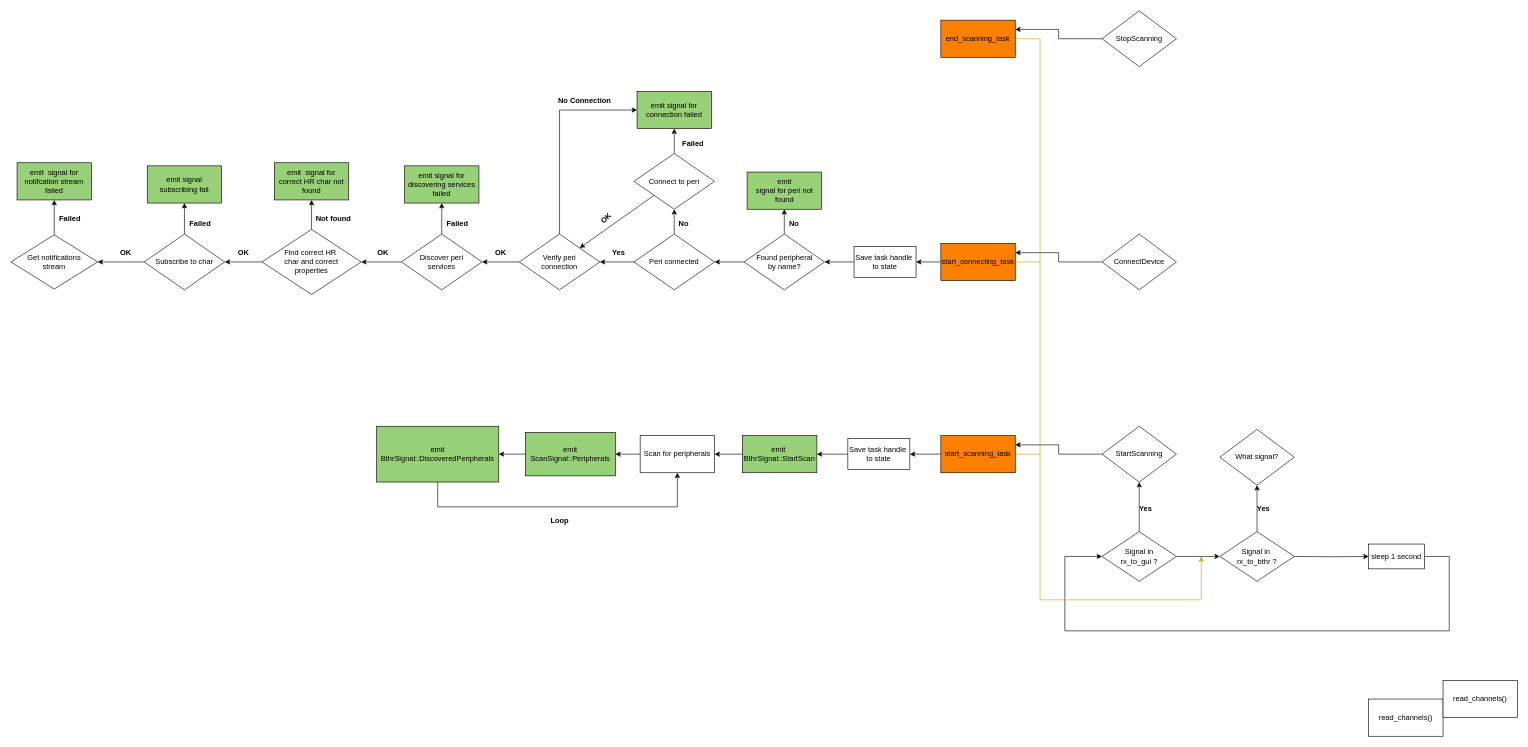
Before: bthr.drawio in rayer456/bthr, a draw.io diagram. Source tidied: cells renumbered, new cells numbered last; positions are measured from the earlier drawing's top-left corner, leaving out a move shared by most shapes. Both pictures are drawn from the tidied source at 62%, with x=0, y=0 at pixel (11, 11).
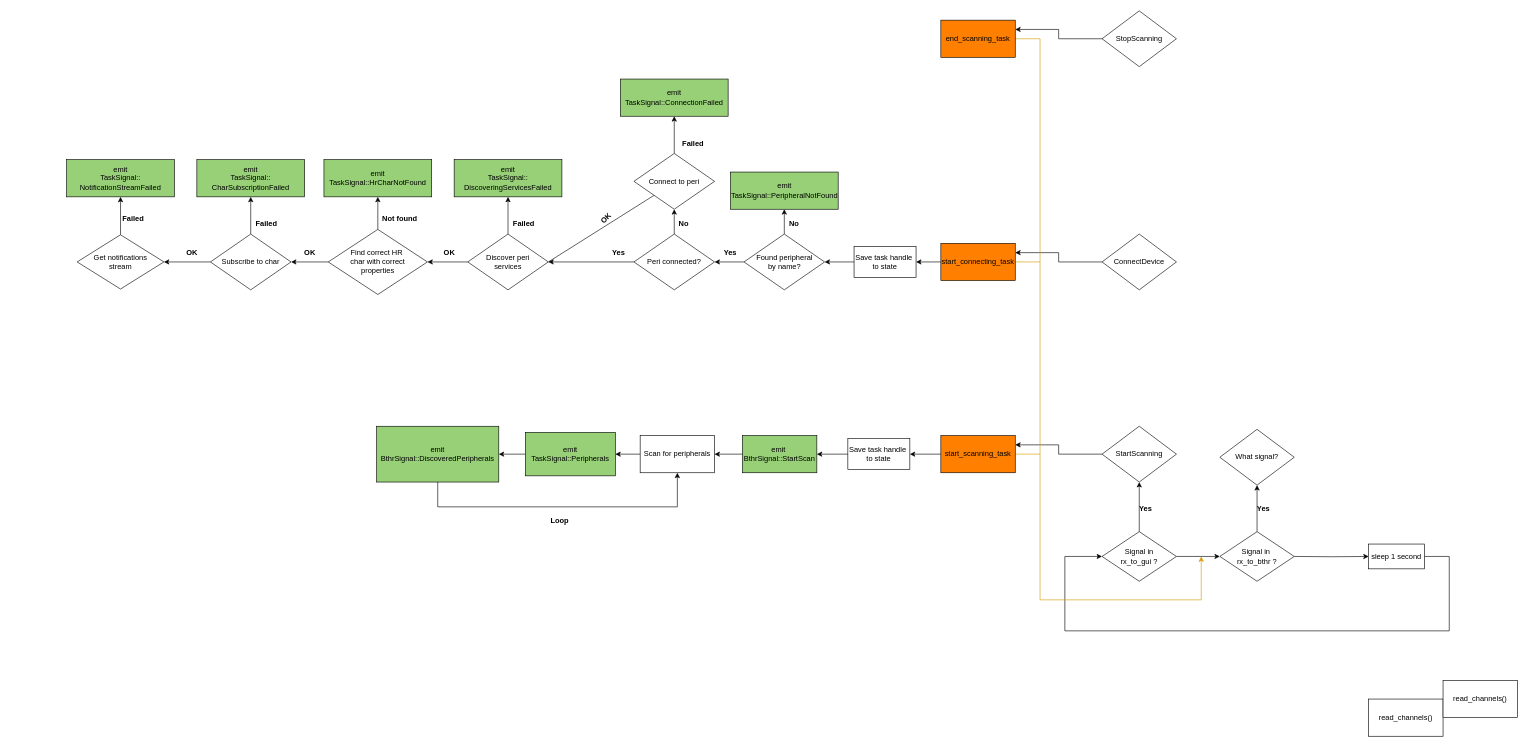
The same page after the edit.

Commit message (it also covers changes not shown here):
connecting task now emits enum TaskSignal as well

The change refers to these unchanged cells:
```xml
<mxCell id="61" value="Connect to peri" style="rhombus;whiteSpace=wrap;html=1;" parent="1" vertex="1">
  <mxGeometry x="1005" y="230" width="130" height="90" as="geometry" />
</mxCell>
```

The edit, as a diff of the source:
```diff
@@
-    <mxCell id="34" value="emit&lt;div&gt;ScanSignal::Peripherals&lt;/div&gt;" style="rounded=0;whiteSpace=wrap;html=1;fillColor=#97D077;" parent="1" vertex="1">
+    <mxCell id="34" value="emit&lt;div&gt;TaskSignal::Peripherals&lt;/div&gt;" style="rounded=0;whiteSpace=wrap;html=1;fillColor=#97D077;" parent="1" vertex="1">
       <mxGeometry x="830" y="680" width="145" height="70" as="geometry" />
     </mxCell>
@@
-    <mxCell id="43" value="emit&lt;div&gt;signal for peri not found&lt;/div&gt;" style="rounded=0;whiteSpace=wrap;html=1;fillColor=#97D077;" parent="1" vertex="1">
-      <mxGeometry x="1187.5" y="260" width="120" height="60" as="geometry" />
+    <mxCell id="43" value="emit&lt;div&gt;TaskSignal::PeripheralNotFound&lt;/div&gt;" style="rounded=0;whiteSpace=wrap;html=1;fillColor=#97D077;" parent="1" vertex="1">
+      <mxGeometry x="1160.6" y="260" width="173.8" height="60" as="geometry" />
     </mxCell>
@@
-    <mxCell id="46" style="edgeStyle=orthogonalEdgeStyle;rounded=0;jettySize=auto;html=1;" parent="1" edge="1" source="47" target="68">
+    <mxCell id="46" style="edgeStyle=orthogonalEdgeStyle;rounded=0;jettySize=auto;html=1;entryX=1;entryY=0.5;entryDx=0;entryDy=0;" parent="1" edge="1" source="47" target="51">
       <mxGeometry relative="1" as="geometry" />
     </mxCell>
-    <mxCell id="47" value="Peri connected" style="rhombus;whiteSpace=wrap;html=1;" parent="1" vertex="1">
+    <mxCell id="47" value="Peri connected?" style="rhombus;whiteSpace=wrap;html=1;" parent="1" vertex="1">
       <mxGeometry x="1005" y="360" width="130" height="90" as="geometry" />
     </mxCell>
@@
-    <mxCell id="49" style="edgeStyle=orthogonalEdgeStyle;rounded=0;jettySize=auto;html=1;" parent="1" edge="1" source="51" target="52">
+    <mxCell id="49" style="edgeStyle=orthogonalEdgeStyle;rounded=0;jettySize=auto;html=1;entryX=0.5;entryY=1;entryDx=0;entryDy=0;" parent="1" edge="1" source="51" target="85">
       <mxGeometry relative="1" as="geometry" />
     </mxCell>
@@
     <mxCell id="51" value="Discover peri&lt;div&gt;services&lt;/div&gt;" style="rhombus;whiteSpace=wrap;html=1;" parent="1" vertex="1">
-      <mxGeometry x="630" y="360" width="130" height="90" as="geometry" />
+      <mxGeometry x="736.9" y="360" width="130" height="90" as="geometry" />
     </mxCell>
-    <mxCell id="52" value="emit signal for discovering services failed" style="rounded=0;whiteSpace=wrap;html=1;fillColor=#97D077;" parent="1" vertex="1">
-      <mxGeometry x="635" y="250" width="120" height="60" as="geometry" />
-    </mxCell>
     <mxCell id="53" value="&lt;b&gt;Failed&lt;/b&gt;" style="text;html=1;align=center;verticalAlign=middle;strokeColor=none;fillColor=none;" parent="1" vertex="1">
-      <mxGeometry x="690" y="328" width="60" height="30" as="geometry" />
+      <mxGeometry x="796.9" y="328" width="60" height="30" as="geometry" />
     </mxCell>
-    <mxCell id="54" style="edgeStyle=orthogonalEdgeStyle;rounded=0;jettySize=auto;html=1;" parent="1" edge="1" source="56" target="57">
+    <mxCell id="54" style="edgeStyle=orthogonalEdgeStyle;rounded=0;jettySize=auto;html=1;entryX=0.5;entryY=1;entryDx=0;entryDy=0;" parent="1" edge="1" source="56" target="88">
       <mxGeometry relative="1" as="geometry" />
     </mxCell>
@@
-    <mxCell id="56" value="Find correct HR&amp;nbsp;&lt;div&gt;char&amp;nbsp;&lt;span style=&quot;background-color: initial;&quot;&gt;and correct&lt;/span&gt;&lt;div&gt;properties&lt;/div&gt;&lt;/div&gt;" style="rhombus;whiteSpace=wrap;html=1;" parent="1" vertex="1">
-      <mxGeometry x="405" y="352.5" width="160" height="105" as="geometry" />
+    <mxCell id="56" value="Find correct HR&amp;nbsp;&lt;div&gt;char&amp;nbsp;&lt;span style=&quot;background-color: initial;&quot;&gt;with correct&lt;/span&gt;&lt;div&gt;properties&lt;/div&gt;&lt;/div&gt;" style="rhombus;whiteSpace=wrap;html=1;" parent="1" vertex="1">
+      <mxGeometry x="511.9" y="352.5" width="160" height="105" as="geometry" />
     </mxCell>
-    <mxCell id="57" value="emit&amp;nbsp; signal for correct HR char not found" style="rounded=0;whiteSpace=wrap;html=1;fillColor=#97D077;" parent="1" vertex="1">
-      <mxGeometry x="425" y="245" width="120" height="60" as="geometry" />
-    </mxCell>
     <mxCell id="58" value="&lt;b&gt;Not found&lt;/b&gt;" style="text;html=1;align=center;verticalAlign=middle;strokeColor=none;fillColor=none;" parent="1" vertex="1">
-      <mxGeometry x="480" y="320" width="80" height="30" as="geometry" />
+      <mxGeometry x="586.9" y="320" width="80" height="30" as="geometry" />
     </mxCell>
-    <mxCell id="59" style="edgeStyle=orthogonalEdgeStyle;rounded=0;jettySize=auto;html=1;" parent="1" edge="1" source="61" target="64">
+    <mxCell id="59" style="edgeStyle=orthogonalEdgeStyle;rounded=0;jettySize=auto;html=1;entryX=0.5;entryY=1;entryDx=0;entryDy=0;" parent="1" edge="1" source="61" target="87">
       <mxGeometry relative="1" as="geometry" />
     </mxCell>
-    <mxCell id="60" style="rounded=0;jettySize=auto;html=1;exitX=0;exitY=1;exitDx=0;exitDy=0;entryX=1;entryY=0;entryDx=0;entryDy=0;" parent="1" edge="1" source="61" target="68">
+    <mxCell id="60" style="rounded=0;jettySize=auto;html=1;exitX=0;exitY=1;exitDx=0;exitDy=0;endArrow=none;endFill=0;entryX=1;entryY=0.5;entryDx=0;entryDy=0;" parent="1" edge="1" source="61" target="51">
       <mxGeometry relative="1" as="geometry" />
     </mxCell>
@@
-    <mxCell id="64" value="emit signal for connection failed" style="rounded=0;whiteSpace=wrap;html=1;fillColor=#97D077;" parent="1" vertex="1">
-      <mxGeometry x="1010" y="130" width="120" height="60" as="geometry" />
-    </mxCell>
@@
-    <mxCell id="66" style="edgeStyle=orthogonalEdgeStyle;rounded=0;jettySize=auto;html=1;exitX=0.5;exitY=0;exitDx=0;exitDy=0;entryX=0;entryY=0.5;entryDx=0;entryDy=0;" parent="1" edge="1" source="68" target="64">
-      <mxGeometry relative="1" as="geometry" />
-    </mxCell>
-    <mxCell id="67" style="edgeStyle=orthogonalEdgeStyle;rounded=0;jettySize=auto;html=1;" parent="1" edge="1" source="68" target="51">
-      <mxGeometry relative="1" as="geometry" />
-    </mxCell>
-    <mxCell id="68" value="Verify peri&lt;div&gt;connection&lt;/div&gt;" style="rhombus;whiteSpace=wrap;html=1;" parent="1" vertex="1">
-      <mxGeometry x="820" y="360" width="130" height="90" as="geometry" />
-    </mxCell>
@@
-    <mxCell id="71" value="&lt;b&gt;No Connection&lt;/b&gt;" style="text;html=1;align=center;verticalAlign=middle;strokeColor=none;fillColor=none;" parent="1" vertex="1">
-      <mxGeometry x="870" y="130" width="110" height="30" as="geometry" />
-    </mxCell>
     <mxCell id="72" value="&lt;b&gt;OK&lt;/b&gt;" style="text;html=1;align=center;verticalAlign=middle;strokeColor=none;fillColor=none;" parent="1" vertex="1">
-      <mxGeometry x="580" y="375" width="40" height="30" as="geometry" />
+      <mxGeometry x="686.9" y="375" width="40" height="30" as="geometry" />
     </mxCell>
-    <mxCell id="73" value="&lt;b&gt;OK&lt;/b&gt;" style="text;html=1;align=center;verticalAlign=middle;strokeColor=none;fillColor=none;" parent="1" vertex="1">
-      <mxGeometry x="770" y="375" width="40" height="30" as="geometry" />
-    </mxCell>
-    <mxCell id="74" style="edgeStyle=orthogonalEdgeStyle;rounded=0;jettySize=auto;html=1;" parent="1" edge="1" source="76" target="77">
+    <mxCell id="74" style="edgeStyle=orthogonalEdgeStyle;rounded=0;jettySize=auto;html=1;entryX=0.5;entryY=1;entryDx=0;entryDy=0;" parent="1" edge="1" source="76" target="86">
       <mxGeometry relative="1" as="geometry" />
     </mxCell>
@@
     <mxCell id="76" value="Subscribe to char" style="rhombus;whiteSpace=wrap;html=1;" parent="1" vertex="1">
-      <mxGeometry x="215" y="360" width="130" height="90" as="geometry" />
+      <mxGeometry x="321.9" y="360" width="130" height="90" as="geometry" />
     </mxCell>
-    <mxCell id="77" value="emit signal subscribing fail" style="rounded=0;whiteSpace=wrap;html=1;fillColor=#97D077;" parent="1" vertex="1">
-      <mxGeometry x="220" y="250" width="120" height="60" as="geometry" />
-    </mxCell>
     <mxCell id="78" value="&lt;b&gt;Failed&lt;/b&gt;" style="text;html=1;align=center;verticalAlign=middle;strokeColor=none;fillColor=none;" parent="1" vertex="1">
-      <mxGeometry x="275" y="328" width="60" height="30" as="geometry" />
+      <mxGeometry x="381.9" y="328" width="60" height="30" as="geometry" />
     </mxCell>
-    <mxCell id="79" style="edgeStyle=orthogonalEdgeStyle;rounded=0;jettySize=auto;html=1;" parent="1" edge="1" source="80" target="81">
+    <mxCell id="79" style="edgeStyle=orthogonalEdgeStyle;rounded=0;jettySize=auto;html=1;entryX=0.5;entryY=1;entryDx=0;entryDy=0;" parent="1" edge="1" source="80" target="89">
       <mxGeometry relative="1" as="geometry" />
     </mxCell>
     <mxCell id="80" value="Get notifications&lt;div&gt;stream&lt;/div&gt;" style="rhombus;whiteSpace=wrap;html=1;" parent="1" vertex="1">
-      <mxGeometry y="361.2" width="140" height="87.5" as="geometry" />
+      <mxGeometry x="106.9" y="361.2" width="140" height="87.5" as="geometry" />
     </mxCell>
-    <mxCell id="81" value="emit&amp;nbsp; signal for notifcation stream failed" style="rounded=0;whiteSpace=wrap;html=1;fillColor=#97D077;" parent="1" vertex="1">
-      <mxGeometry x="10" y="245" width="120" height="60" as="geometry" />
-    </mxCell>
     <mxCell id="82" value="&lt;b&gt;Failed&lt;/b&gt;" style="text;html=1;align=center;verticalAlign=middle;strokeColor=none;fillColor=none;" parent="1" vertex="1">
-      <mxGeometry x="65" y="320" width="60" height="30" as="geometry" />
+      <mxGeometry x="166.9" y="320" width="60" height="30" as="geometry" />
     </mxCell>
     <mxCell id="83" value="&lt;b&gt;OK&lt;/b&gt;" style="text;html=1;align=center;verticalAlign=middle;strokeColor=none;fillColor=none;" parent="1" vertex="1">
-      <mxGeometry x="165" y="375" width="40" height="30" as="geometry" />
+      <mxGeometry x="271.9" y="375" width="40" height="30" as="geometry" />
     </mxCell>
     <mxCell id="84" value="&lt;b&gt;OK&lt;/b&gt;" style="text;html=1;align=center;verticalAlign=middle;strokeColor=none;fillColor=none;" parent="1" vertex="1">
-      <mxGeometry x="355" y="375" width="40" height="30" as="geometry" />
+      <mxGeometry x="461.9" y="375" width="40" height="30" as="geometry" />
     </mxCell>
+    <mxCell id="85" value="emit&lt;div&gt;TaskSignal::&lt;/div&gt;&lt;div&gt;DiscoveringServicesFailed&lt;/div&gt;" style="rounded=0;whiteSpace=wrap;html=1;fillColor=#97D077;" parent="1" vertex="1">
+      <mxGeometry x="715" y="240" width="173.8" height="60" as="geometry" />
+    </mxCell>
+    <mxCell id="86" value="emit&lt;div&gt;TaskSignal::&lt;/div&gt;&lt;div&gt;CharSubscriptionFailed&lt;/div&gt;" style="rounded=0;whiteSpace=wrap;html=1;fillColor=#97D077;" parent="1" vertex="1">
+      <mxGeometry x="300" y="240" width="173.8" height="60" as="geometry" />
+    </mxCell>
+    <mxCell id="87" value="emit&lt;div&gt;TaskSignal::ConnectionFailed&lt;/div&gt;" style="rounded=0;whiteSpace=wrap;html=1;fillColor=#97D077;" parent="1" vertex="1">
+      <mxGeometry x="983.1" y="110" width="173.8" height="60" as="geometry" />
+    </mxCell>
+    <mxCell id="88" value="emit&lt;div&gt;TaskSignal::HrCharNotFound&lt;/div&gt;" style="rounded=0;whiteSpace=wrap;html=1;fillColor=#97D077;" parent="1" vertex="1">
+      <mxGeometry x="505" y="240" width="173.8" height="60" as="geometry" />
+    </mxCell>
+    <mxCell id="89" value="emit&lt;div&gt;TaskSignal::&lt;/div&gt;&lt;div&gt;NotificationStreamFailed&lt;/div&gt;" style="rounded=0;whiteSpace=wrap;html=1;fillColor=#97D077;" parent="1" vertex="1">
+      <mxGeometry x="90" y="240" width="173.8" height="60" as="geometry" />
+    </mxCell>
+    <mxCell id="90" value="&lt;b&gt;Yes&lt;/b&gt;" style="text;html=1;align=center;verticalAlign=middle;strokeColor=none;fillColor=none;" parent="1" vertex="1">
+      <mxGeometry x="1140" y="375" width="40" height="30" as="geometry" />
+    </mxCell>
```
